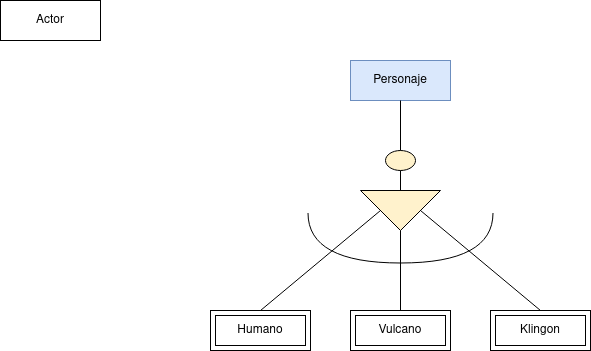
The draw.io diagram Unidad-1/Tareas/Tarea_Entregable-3/Diagrama Tarea Entregable 3.drawio.png in RafaelMayor/base-datos, before a commit. Source tidied: cells renumbered, new cells last; positions are measured from the earlier drawing's top-left corner, leaving out a move shared by most shapes.
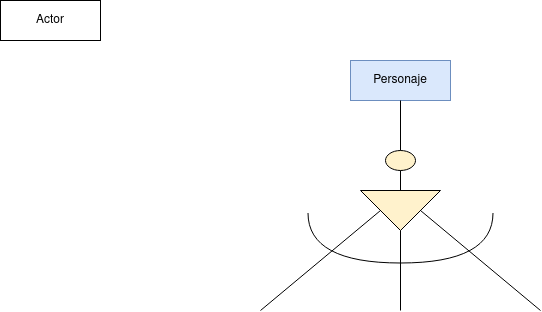
After the change.

What changed in the source:
```diff
@@ -20,23 +20,20 @@
     <mxCell id="7" style="endArrow=none;html=1;rounded=0;entryX=0.5;entryY=1;entryDx=0;entryDy=0;exitX=0;exitY=0.5;exitDx=0;exitDy=0;" parent="1" edge="1" source="5" target="4">
       <mxGeometry relative="1" as="geometry" />
     </mxCell>
-    <mxCell id="8" value="Humano" style="shape=ext;margin=3;double=1;whiteSpace=wrap;html=1;align=center;" parent="1" vertex="1">
-      <mxGeometry x="210" y="310" width="100" height="40" as="geometry" />
-    </mxCell>
-    <mxCell id="9" value="Vulcano" style="shape=ext;margin=3;double=1;whiteSpace=wrap;html=1;align=center;" parent="1" vertex="1">
-      <mxGeometry x="350" y="310" width="100" height="40" as="geometry" />
-    </mxCell>
-    <mxCell id="10" value="Klingon" style="shape=ext;margin=3;double=1;whiteSpace=wrap;html=1;align=center;" parent="1" vertex="1">
-      <mxGeometry x="490" y="310" width="100" height="40" as="geometry" />
-    </mxCell>
-    <mxCell id="11" style="endArrow=none;html=1;rounded=0;entryX=1;entryY=0.5;entryDx=0;entryDy=0;exitX=0.5;exitY=0;exitDx=0;exitDy=0;" parent="1" edge="1" source="9" target="5">
-      <mxGeometry relative="1" as="geometry" />
+    <mxCell id="11" style="endArrow=none;html=1;rounded=0;entryX=1;entryY=0.5;entryDx=0;entryDy=0;exitX=0.5;exitY=0;exitDx=0;exitDy=0;" parent="1" edge="1" target="5">
+      <mxGeometry relative="1" as="geometry">
+        <mxPoint x="400" y="310" as="sourcePoint" />
+      </mxGeometry>
     </mxCell>
-    <mxCell id="12" style="endArrow=none;html=1;rounded=0;entryX=0.5;entryY=1;entryDx=0;entryDy=0;exitX=0.5;exitY=0;exitDx=0;exitDy=0;" parent="1" edge="1" source="8" target="5">
-      <mxGeometry relative="1" as="geometry" />
+    <mxCell id="12" style="endArrow=none;html=1;rounded=0;entryX=0.5;entryY=1;entryDx=0;entryDy=0;exitX=0.5;exitY=0;exitDx=0;exitDy=0;" parent="1" edge="1" target="5">
+      <mxGeometry relative="1" as="geometry">
+        <mxPoint x="260" y="310" as="sourcePoint" />
+      </mxGeometry>
     </mxCell>
-    <mxCell id="13" style="endArrow=none;html=1;rounded=0;entryX=0.5;entryY=0;entryDx=0;entryDy=0;exitX=0.5;exitY=0;exitDx=0;exitDy=0;" parent="1" edge="1" source="10" target="5">
-      <mxGeometry relative="1" as="geometry" />
+    <mxCell id="13" style="endArrow=none;html=1;rounded=0;entryX=0.5;entryY=0;entryDx=0;entryDy=0;exitX=0.5;exitY=0;exitDx=0;exitDy=0;" parent="1" edge="1" target="5">
+      <mxGeometry relative="1" as="geometry">
+        <mxPoint x="540" y="310" as="sourcePoint" />
+      </mxGeometry>
     </mxCell>
     <mxCell id="14" style="shape=requiredInterface;html=1;verticalLabelPosition=bottom;sketch=0;rotation=90;" parent="1" vertex="1">
       <mxGeometry x="375" y="145" width="50" height="185" as="geometry" />
```
